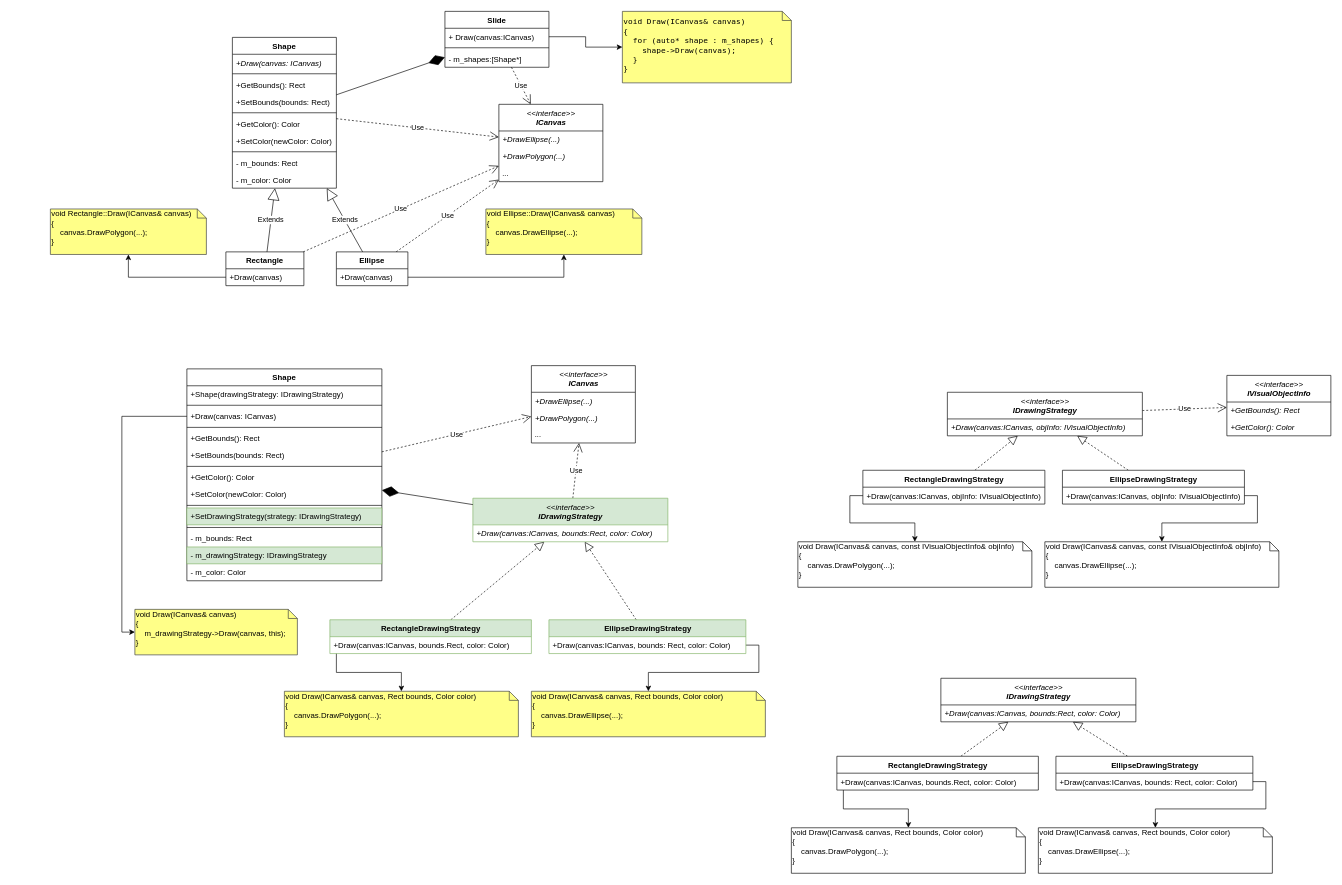
Before: lectures/01.strategy/shapes.drawio in alexey-malov/ood, a draw.io diagram. Source tidied: cells renumbered, new cells numbered last; positions are measured from the earlier drawing's top-left corner, leaving out a move shared by most shapes. Both pictures are drawn from the tidied source at 65%, with x=0, y=0 at pixel (50, 11).
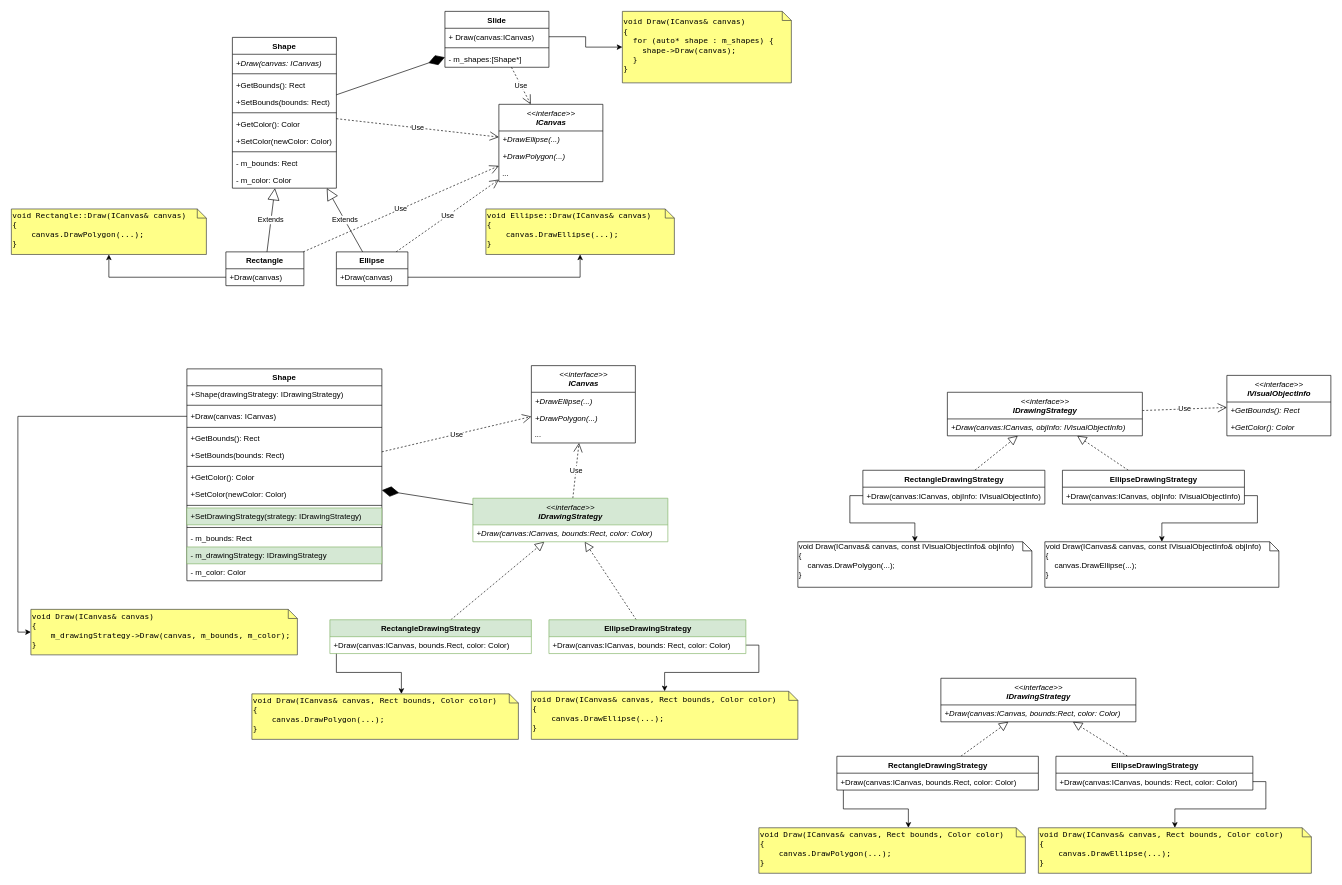
The same diagram, later.

Change to the diagram source:
```diff
@@
-    <mxCell id="7" value="void Ellipse::Draw(ICanvas&amp;amp; canvas)&lt;br&gt;{&lt;br&gt;&amp;nbsp; &amp;nbsp; canvas.DrawEllipse(...);&lt;br&gt;}" style="shape=note;whiteSpace=wrap;html=1;size=14;verticalAlign=top;align=left;spacingTop=-6;fillColor=#ffff88;strokeColor=#36393d;" parent="1" vertex="1">
-      <mxGeometry x="670" y="304" width="240" height="70" as="geometry" />
+    <mxCell id="7" value="void Ellipse::Draw(ICanvas&amp;amp; canvas)&lt;br&gt;{&lt;br&gt;&amp;nbsp; &amp;nbsp; canvas.DrawEllipse(...);&lt;br&gt;}" style="shape=note;whiteSpace=wrap;html=1;size=14;verticalAlign=middle;align=left;spacingTop=-6;fillColor=#ffff88;strokeColor=#36393d;fontFamily=Lucida Console;" parent="1" vertex="1">
+      <mxGeometry x="670" y="304" width="290" height="70" as="geometry" />
     </mxCell>
-    <mxCell id="8" value="void Rectangle::Draw(ICanvas&amp;amp; canvas)&lt;br&gt;{&lt;br&gt;&amp;nbsp; &amp;nbsp; canvas.DrawPolygon(...);&lt;br&gt;}" style="shape=note;whiteSpace=wrap;html=1;size=14;verticalAlign=top;align=left;spacingTop=-6;fillColor=#ffff88;strokeColor=#36393d;" parent="1" vertex="1">
-      <mxGeometry y="304" width="240" height="70" as="geometry" />
+    <mxCell id="8" value="void Rectangle::Draw(ICanvas&amp;amp; canvas)&lt;br&gt;{&lt;br&gt;&amp;nbsp; &amp;nbsp; canvas.DrawPolygon(...);&lt;br&gt;}" style="shape=note;whiteSpace=wrap;html=1;size=14;verticalAlign=middle;align=left;spacingTop=-6;fillColor=#ffff88;strokeColor=#36393d;fontFamily=Lucida Console;" parent="1" vertex="1">
+      <mxGeometry x="-60" y="304" width="300" height="70" as="geometry" />
     </mxCell>
@@
-    <mxCell id="49" value="void Draw(ICanvas&amp;amp; canvas)&lt;br&gt;{&lt;br&gt;&amp;nbsp; &amp;nbsp; m_drawingStrategy-&amp;gt;Draw(canvas, this);&lt;br&gt;}" style="shape=note;whiteSpace=wrap;html=1;size=14;verticalAlign=top;align=left;spacingTop=-6;fillColor=#ffff88;strokeColor=#36393d;" parent="1" vertex="1">
-      <mxGeometry x="130" y="920" width="250" height="70" as="geometry" />
+    <mxCell id="49" value="void Draw(ICanvas&amp;amp; canvas)&lt;br&gt;{&lt;br&gt;&amp;nbsp; &amp;nbsp; m_drawingStrategy-&amp;gt;Draw(canvas, m_bounds, m_color);&lt;br&gt;}" style="shape=note;whiteSpace=wrap;html=1;size=14;verticalAlign=middle;align=left;spacingTop=-6;fillColor=#ffff88;strokeColor=#36393d;fontFamily=Lucida Console;" parent="1" vertex="1">
+      <mxGeometry x="-30" y="920" width="410" height="70" as="geometry" />
     </mxCell>
@@
-    <mxCell id="74" value="void Draw(ICanvas&amp;amp; canvas, Rect bounds, Color color)&lt;br&gt;{&lt;br&gt;&amp;nbsp; &amp;nbsp; canvas.DrawPolygon(...);&lt;br&gt;}" style="shape=note;whiteSpace=wrap;html=1;size=14;verticalAlign=top;align=left;spacingTop=-6;" parent="1" vertex="1">
-      <mxGeometry x="1140" y="1256" width="360" height="70" as="geometry" />
+    <mxCell id="74" value="void Draw(ICanvas&amp;amp; canvas, Rect bounds, Color color)&lt;br&gt;{&lt;br&gt;&amp;nbsp; &amp;nbsp; canvas.DrawPolygon(...);&lt;br&gt;}" style="shape=note;whiteSpace=wrap;html=1;size=14;verticalAlign=middle;align=left;spacingTop=-6;fontFamily=Lucida Console;fillColor=#ffff88;strokeColor=#36393d;" parent="1" vertex="1">
+      <mxGeometry x="1090" y="1256" width="410" height="70" as="geometry" />
     </mxCell>
-    <mxCell id="75" value="void Draw(ICanvas&amp;amp; canvas, Rect bounds, Color color)&lt;br&gt;{&lt;br&gt;&amp;nbsp; &amp;nbsp; canvas.DrawEllipse(...);&lt;br&gt;}" style="shape=note;whiteSpace=wrap;html=1;size=14;verticalAlign=top;align=left;spacingTop=-6;" parent="1" vertex="1">
-      <mxGeometry x="1520" y="1256" width="360" height="70" as="geometry" />
+    <mxCell id="75" value="void Draw(ICanvas&amp;amp; canvas, Rect bounds, Color color)&lt;br&gt;{&lt;br&gt;&amp;nbsp; &amp;nbsp; canvas.DrawEllipse(...);&lt;br&gt;}" style="shape=note;whiteSpace=wrap;html=1;size=14;verticalAlign=middle;align=left;spacingTop=-6;fontFamily=Lucida Console;fillColor=#ffff88;strokeColor=#36393d;" parent="1" vertex="1">
+      <mxGeometry x="1520" y="1256" width="420" height="70" as="geometry" />
     </mxCell>
@@
-    <mxCell id="86" value="void Draw(ICanvas&amp;amp; canvas, Rect bounds, Color color)&lt;br&gt;{&lt;br&gt;&amp;nbsp; &amp;nbsp; canvas.DrawPolygon(...);&lt;br&gt;}" style="shape=note;whiteSpace=wrap;html=1;size=14;verticalAlign=top;align=left;spacingTop=-6;fillColor=#ffff88;strokeColor=#36393d;" parent="1" vertex="1">
-      <mxGeometry x="360" y="1046" width="360" height="70" as="geometry" />
+    <mxCell id="86" value="void Draw(ICanvas&amp;amp; canvas, Rect bounds, Color color)&lt;br&gt;{&lt;br&gt;&amp;nbsp; &amp;nbsp; canvas.DrawPolygon(...);&lt;br&gt;}" style="shape=note;whiteSpace=wrap;html=1;size=14;verticalAlign=middle;align=left;spacingTop=-6;fillColor=#ffff88;strokeColor=#36393d;fontFamily=Lucida Console;" parent="1" vertex="1">
+      <mxGeometry x="310" y="1050" width="410" height="70" as="geometry" />
     </mxCell>
-    <mxCell id="87" value="void Draw(ICanvas&amp;amp; canvas, Rect bounds, Color color)&lt;br&gt;{&lt;br&gt;&amp;nbsp; &amp;nbsp; canvas.DrawEllipse(...);&lt;br&gt;}" style="shape=note;whiteSpace=wrap;html=1;size=14;verticalAlign=top;align=left;spacingTop=-6;fillColor=#ffff88;strokeColor=#36393d;" parent="1" vertex="1">
-      <mxGeometry x="740" y="1046" width="360" height="70" as="geometry" />
+    <mxCell id="87" value="void Draw(ICanvas&amp;amp; canvas, Rect bounds, Color color)&lt;br&gt;{&lt;br&gt;&amp;nbsp; &amp;nbsp; canvas.DrawEllipse(...);&lt;br&gt;}" style="shape=note;whiteSpace=wrap;html=1;size=14;verticalAlign=middle;align=left;spacingTop=-6;fillColor=#ffff88;strokeColor=#36393d;fontFamily=Lucida Console;" parent="1" vertex="1">
+      <mxGeometry x="740" y="1046" width="410" height="74" as="geometry" />
     </mxCell>
```
